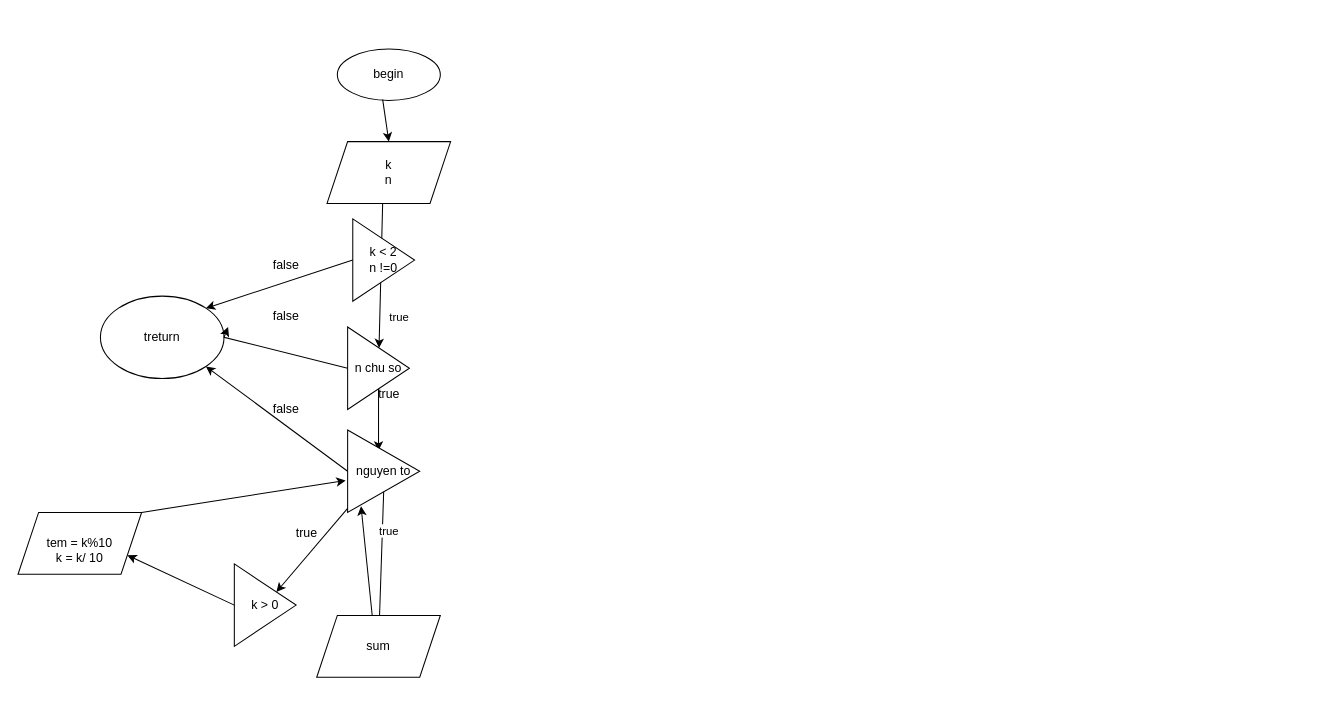
This is Untitled Diagram.drawio from khoanld-2442/abc, a draw.io file, before an edit. Source tidied: cells renumbered, new cells numbered last; positions are measured from the earlier drawing's top-left corner, leaving out a move shared by most shapes. Both pictures are drawn from the tidied source at 103%, with x=0, y=0 at pixel (18, 48).
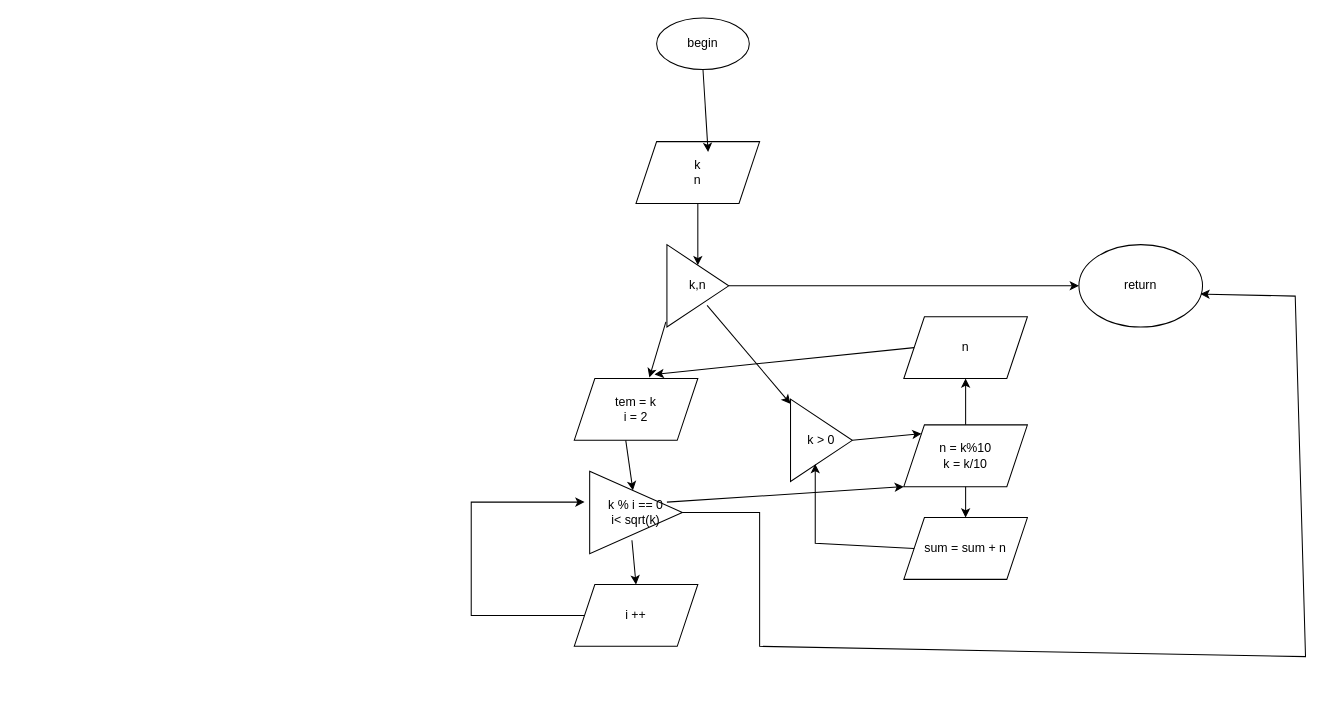
The same diagram, later.

The edit, as a diff of the source:
```diff
@@
     <mxCell id="2" value="begin" style="ellipse;whiteSpace=wrap;html=1;" parent="1" vertex="1">
-      <mxGeometry x="310" width="100" height="50" as="geometry" />
+      <mxGeometry x="620" y="-30" width="90" height="50" as="geometry" />
     </mxCell>
     <mxCell id="3" value="k&lt;br&gt;n" style="shape=parallelogram;perimeter=parallelogramPerimeter;whiteSpace=wrap;html=1;fixedSize=1;" parent="1" vertex="1">
-      <mxGeometry x="300" y="90" width="120" height="60" as="geometry" />
+      <mxGeometry x="600" y="90" width="120" height="60" as="geometry" />
     </mxCell>
-    <mxCell id="4" value="n chu so" style="triangle;whiteSpace=wrap;html=1;" parent="1" vertex="1">
-      <mxGeometry x="320" y="270" width="60" height="80" as="geometry" />
-    </mxCell>
-    <mxCell id="5" style="endArrow=classic;html=1;rounded=0;exitX=0.45;exitY=1;exitDx=0;exitDy=0;exitPerimeter=0;" parent="1" edge="1" source="3" target="4">
-      <mxGeometry relative="1" as="geometry" />
-    </mxCell>
-    <mxCell id="6" value="true" style="edgeLabel;html=1;align=center;verticalAlign=middle;" parent="5" vertex="1">
-      <mxGeometry x="0.41" y="2" relative="1" as="geometry">
-        <mxPoint x="16" y="11" as="offset" />
-      </mxGeometry>
-    </mxCell>
-    <mxCell id="7" value="treturn" style="ellipse;whiteSpace=wrap;html=1;" parent="1" vertex="1">
-      <mxGeometry x="80" y="240" width="120" height="80" as="geometry" />
-    </mxCell>
-    <mxCell id="8" style="endArrow=classic;html=1;rounded=0;exitX=0;exitY=0.5;exitDx=0;exitDy=0;entryX=1.033;entryY=0.375;entryDx=0;entryDy=0;entryPerimeter=0;" parent="1" edge="1" source="4" target="7">
-      <mxGeometry relative="1" as="geometry">
-        <Array as="points">
-          <mxPoint x="200" y="280" />
-        </Array>
-      </mxGeometry>
-    </mxCell>
-    <mxCell id="9" style="endArrow=classic;html=1;rounded=0;exitX=0.5;exitY=1;exitDx=0;exitDy=0;" parent="1" edge="1" source="4">
-      <mxGeometry relative="1" as="geometry">
-        <mxPoint x="350" y="390" as="targetPoint" />
-      </mxGeometry>
-    </mxCell>
-    <mxCell id="10" value="nguyen to" style="triangle;whiteSpace=wrap;html=1;" parent="1" vertex="1">
-      <mxGeometry x="320" y="370" width="70" height="80" as="geometry" />
-    </mxCell>
-    <mxCell id="11" style="endArrow=classic;html=1;rounded=0;exitX=0;exitY=0.5;exitDx=0;exitDy=0;entryX=1;entryY=1;entryDx=0;entryDy=0;" parent="1" edge="1" source="10" target="7">
-      <mxGeometry relative="1" as="geometry" />
-    </mxCell>
-    <mxCell id="12" style="endArrow=classic;html=1;rounded=0;exitX=0.5;exitY=1;exitDx=0;exitDy=0;startArrow=none;entryX=0.186;entryY=0.925;entryDx=0;entryDy=0;entryPerimeter=0;" parent="1" edge="1" source="13" target="10">
-      <mxGeometry relative="1" as="geometry" />
-    </mxCell>
-    <mxCell id="13" value="sum" style="shape=parallelogram;perimeter=parallelogramPerimeter;whiteSpace=wrap;html=1;fixedSize=1;" parent="1" vertex="1">
-      <mxGeometry x="290" y="550" width="120" height="60" as="geometry" />
-    </mxCell>
-    <mxCell id="14" style="endArrow=none;html=1;rounded=0;exitX=0.5;exitY=1;exitDx=0;exitDy=0;" parent="1" edge="1" source="10" target="13">
-      <mxGeometry relative="1" as="geometry" />
-    </mxCell>
-    <mxCell id="15" value="true" style="edgeLabel;html=1;align=center;verticalAlign=middle;" parent="14" vertex="1">
-      <mxGeometry x="-0.37" relative="1" as="geometry">
-        <mxPoint x="6" as="offset" />
-      </mxGeometry>
-    </mxCell>
-    <mxCell id="16" value="&lt;br&gt;tem = k%10&lt;br&gt;k = k/ 10" style="shape=parallelogram;perimeter=parallelogramPerimeter;whiteSpace=wrap;html=1;fixedSize=1;" parent="1" vertex="1">
-      <mxGeometry y="450" width="120" height="60" as="geometry" />
-    </mxCell>
+    <mxCell id="25" style="endArrow=classic;html=1;rounded=0;exitX=0.5;exitY=1;exitDx=0;exitDy=0;entryX=0.583;entryY=0.167;entryDx=0;entryDy=0;entryPerimeter=0;" parent="1" edge="1" source="2" target="3">
+      <mxGeometry relative="1" as="geometry" />
+    </mxCell>
+    <mxCell id="29" value="k,n" style="triangle;whiteSpace=wrap;html=1;" parent="1" vertex="1">
+      <mxGeometry x="630" y="190" width="60" height="80" as="geometry" />
+    </mxCell>
+    <mxCell id="30" value="return" style="ellipse;whiteSpace=wrap;html=1;" parent="1" vertex="1">
+      <mxGeometry x="1030" y="190" width="120" height="80" as="geometry" />
+    </mxCell>
+    <mxCell id="31" style="endArrow=classic;html=1;rounded=0;exitX=0.5;exitY=1;exitDx=0;exitDy=0;" parent="1" edge="1" source="3" target="29">
+      <mxGeometry relative="1" as="geometry" />
+    </mxCell>
+    <mxCell id="32" style="endArrow=classic;html=1;rounded=0;entryX=0;entryY=0.5;entryDx=0;entryDy=0;" parent="1" edge="1" source="29" target="30">
+      <mxGeometry relative="1" as="geometry" />
+    </mxCell>
+    <mxCell id="33" value="tem = k&lt;br&gt;i = 2" style="shape=parallelogram;perimeter=parallelogramPerimeter;whiteSpace=wrap;html=1;fixedSize=1;" parent="1" vertex="1">
+      <mxGeometry x="540" y="320" width="120" height="60" as="geometry" />
+    </mxCell>
+    <mxCell id="34" value="k % i == 0&lt;br&gt;i&amp;lt; sqrt(k)" style="triangle;whiteSpace=wrap;html=1;" parent="1" vertex="1">
+      <mxGeometry x="555" y="410" width="90" height="80" as="geometry" />
+    </mxCell>
+    <mxCell id="35" value="i ++" style="shape=parallelogram;perimeter=parallelogramPerimeter;whiteSpace=wrap;html=1;fixedSize=1;" parent="1" vertex="1">
+      <mxGeometry x="540" y="520" width="120" height="60" as="geometry" />
+    </mxCell>
+    <mxCell id="36" style="endArrow=classic;html=1;rounded=0;entryX=0.608;entryY=-0.017;entryDx=0;entryDy=0;entryPerimeter=0;exitX=-0.017;exitY=0.938;exitDx=0;exitDy=0;exitPerimeter=0;" parent="1" edge="1" source="29" target="33">
+      <mxGeometry relative="1" as="geometry" />
+    </mxCell>
+    <mxCell id="37" style="endArrow=classic;html=1;rounded=0;exitX=0.417;exitY=1;exitDx=0;exitDy=0;exitPerimeter=0;" parent="1" edge="1" source="33" target="34">
+      <mxGeometry relative="1" as="geometry" />
+    </mxCell>
+    <mxCell id="38" style="endArrow=classic;html=1;rounded=0;exitX=0.456;exitY=0.838;exitDx=0;exitDy=0;exitPerimeter=0;entryX=0.5;entryY=0;entryDx=0;entryDy=0;" parent="1" edge="1" source="34" target="35">
+      <mxGeometry relative="1" as="geometry" />
+    </mxCell>
+    <mxCell id="39" style="endArrow=classic;html=1;rounded=0;exitX=0;exitY=0.5;exitDx=0;exitDy=0;" parent="1" edge="1" source="35">
+      <mxGeometry relative="1" as="geometry">
+        <mxPoint x="550" y="440" as="targetPoint" />
+        <Array as="points">
+          <mxPoint x="440" y="550" />
+          <mxPoint x="440" y="440" />
+        </Array>
+      </mxGeometry>
+    </mxCell>
+    <mxCell id="40" style="endArrow=classic;html=1;rounded=0;exitX=1;exitY=0.5;exitDx=0;exitDy=0;entryX=0.983;entryY=0.6;entryDx=0;entryDy=0;entryPerimeter=0;" parent="1" edge="1" source="34" target="30">
+      <mxGeometry relative="1" as="geometry">
+        <Array as="points">
+          <mxPoint x="720" y="450" />
+          <mxPoint x="720" y="580" />
+          <mxPoint x="1250" y="590" />
+          <mxPoint x="1240" y="240" />
+        </Array>
+      </mxGeometry>
+    </mxCell>
+    <mxCell id="41" value="n = k%10&lt;br&gt;k = k/10" style="shape=parallelogram;perimeter=parallelogramPerimeter;whiteSpace=wrap;html=1;fixedSize=1;" parent="1" vertex="1">
+      <mxGeometry x="860" y="365" width="120" height="60" as="geometry" />
+    </mxCell>
+    <mxCell id="42" style="endArrow=classic;html=1;rounded=0;exitX=0.65;exitY=0.738;exitDx=0;exitDy=0;exitPerimeter=0;" parent="1" edge="1" source="29" target="17">
+      <mxGeometry relative="1" as="geometry" />
+    </mxCell>
     <mxCell id="17" value="k &amp;gt; 0" style="triangle;whiteSpace=wrap;html=1;" parent="1" vertex="1">
-      <mxGeometry x="210" y="500" width="60" height="80" as="geometry" />
+      <mxGeometry x="750" y="340" width="60" height="80" as="geometry" />
     </mxCell>
-    <mxCell id="18" style="endArrow=classic;html=1;rounded=0;exitX=0;exitY=0.95;exitDx=0;exitDy=0;exitPerimeter=0;" parent="1" edge="1" source="10" target="17">
-      <mxGeometry relative="1" as="geometry" />
-    </mxCell>
-    <mxCell id="19" style="endArrow=classic;html=1;rounded=0;exitX=0;exitY=0.5;exitDx=0;exitDy=0;entryX=1;entryY=0.75;entryDx=0;entryDy=0;" parent="1" edge="1" source="17" target="16">
-      <mxGeometry relative="1" as="geometry" />
-    </mxCell>
-    <mxCell id="20" style="endArrow=classic;html=1;rounded=0;exitX=1;exitY=0;exitDx=0;exitDy=0;entryX=-0.029;entryY=0.613;entryDx=0;entryDy=0;entryPerimeter=0;" parent="1" edge="1" source="16" target="10">
-      <mxGeometry relative="1" as="geometry" />
-    </mxCell>
-    <mxCell id="21" value="false" style="text;html=1;align=center;verticalAlign=middle;strokeColor=none;fillColor=none;" parent="1" vertex="1">
-      <mxGeometry x="235" y="245" width="50" height="30" as="geometry" />
-    </mxCell>
-    <mxCell id="22" value="true" style="text;html=1;align=center;verticalAlign=middle;strokeColor=none;fillColor=none;" parent="1" vertex="1">
-      <mxGeometry x="340" y="320" width="40" height="30" as="geometry" />
-    </mxCell>
-    <mxCell id="23" value="false" style="text;html=1;align=center;verticalAlign=middle;strokeColor=none;fillColor=none;" parent="1" vertex="1">
-      <mxGeometry x="235" y="335" width="50" height="30" as="geometry" />
-    </mxCell>
-    <mxCell id="24" value="true" style="text;html=1;align=center;verticalAlign=middle;strokeColor=none;fillColor=none;" parent="1" vertex="1">
-      <mxGeometry x="260" y="455" width="40" height="30" as="geometry" />
-    </mxCell>
-    <mxCell id="25" style="endArrow=classic;html=1;rounded=0;exitX=0.44;exitY=0.98;exitDx=0;exitDy=0;exitPerimeter=0;entryX=0.5;entryY=0;entryDx=0;entryDy=0;" parent="1" edge="1" source="2" target="3">
-      <mxGeometry relative="1" as="geometry" />
-    </mxCell>
-    <mxCell id="26" value="k &amp;lt; 2&lt;br&gt;n !=0" style="triangle;whiteSpace=wrap;html=1;" parent="1" vertex="1">
-      <mxGeometry x="325" y="165" width="60" height="80" as="geometry" />
-    </mxCell>
-    <mxCell id="27" style="endArrow=classic;html=1;rounded=0;exitX=0;exitY=0.5;exitDx=0;exitDy=0;entryX=1;entryY=0;entryDx=0;entryDy=0;" parent="1" edge="1" source="26" target="7">
-      <mxGeometry relative="1" as="geometry" />
-    </mxCell>
-    <mxCell id="28" value="false" style="text;html=1;align=center;verticalAlign=middle;strokeColor=none;fillColor=none;" parent="1" vertex="1">
-      <mxGeometry x="235" y="195" width="50" height="30" as="geometry" />
-    </mxCell>
+    <mxCell id="43" style="endArrow=classic;html=1;rounded=0;exitX=1;exitY=0.5;exitDx=0;exitDy=0;entryX=0;entryY=0;entryDx=0;entryDy=0;" parent="1" edge="1" source="17" target="41">
+      <mxGeometry relative="1" as="geometry" />
+    </mxCell>
+    <mxCell id="44" value="sum = sum + n" style="shape=parallelogram;perimeter=parallelogramPerimeter;whiteSpace=wrap;html=1;fixedSize=1;" parent="1" vertex="1">
+      <mxGeometry x="860" y="455" width="120" height="60" as="geometry" />
+    </mxCell>
+    <mxCell id="45" value="n" style="shape=parallelogram;perimeter=parallelogramPerimeter;whiteSpace=wrap;html=1;fixedSize=1;" parent="1" vertex="1">
+      <mxGeometry x="860" y="260" width="120" height="60" as="geometry" />
+    </mxCell>
+    <mxCell id="46" style="endArrow=classic;html=1;rounded=0;exitX=0.5;exitY=1;exitDx=0;exitDy=0;entryX=0.5;entryY=0;entryDx=0;entryDy=0;" parent="1" edge="1" source="41" target="44">
+      <mxGeometry relative="1" as="geometry" />
+    </mxCell>
+    <mxCell id="47" style="endArrow=classic;html=1;rounded=0;exitX=0;exitY=0.5;exitDx=0;exitDy=0;entryX=0.4;entryY=0.788;entryDx=0;entryDy=0;entryPerimeter=0;" parent="1" edge="1" source="44" target="17">
+      <mxGeometry relative="1" as="geometry">
+        <Array as="points">
+          <mxPoint x="774" y="480" />
+        </Array>
+      </mxGeometry>
+    </mxCell>
+    <mxCell id="48" style="endArrow=classic;html=1;rounded=0;exitX=0.5;exitY=0;exitDx=0;exitDy=0;entryX=0.5;entryY=1;entryDx=0;entryDy=0;" parent="1" edge="1" source="41" target="45">
+      <mxGeometry relative="1" as="geometry" />
+    </mxCell>
+    <mxCell id="49" style="endArrow=classic;html=1;rounded=0;exitX=0;exitY=0.5;exitDx=0;exitDy=0;entryX=0.65;entryY=-0.067;entryDx=0;entryDy=0;entryPerimeter=0;" parent="1" edge="1" source="45" target="33">
+      <mxGeometry relative="1" as="geometry" />
+    </mxCell>
+    <mxCell id="50" style="endArrow=classic;html=1;rounded=0;exitX=0.833;exitY=0.375;exitDx=0;exitDy=0;exitPerimeter=0;entryX=0;entryY=1;entryDx=0;entryDy=0;" parent="1" edge="1" source="34" target="41">
+      <mxGeometry relative="1" as="geometry" />
+    </mxCell>
```
